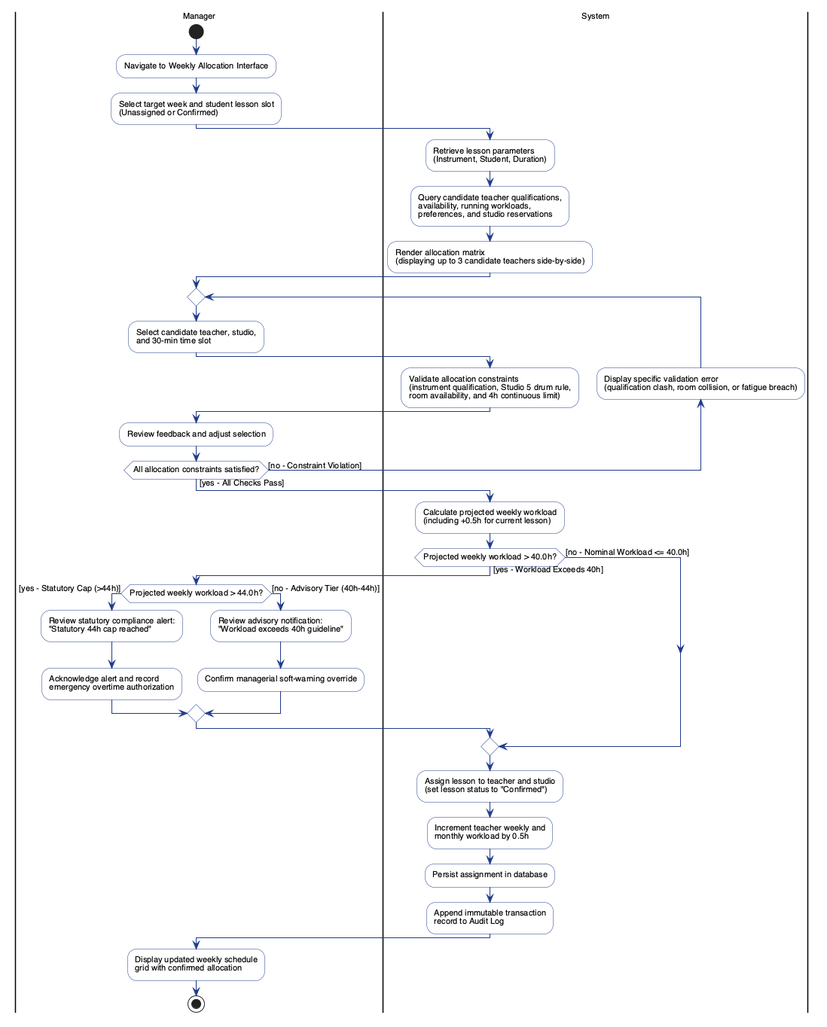
Earlier version of the PlantUML export report/assets/activity_allocation.png (adoreblvnk/2001temp).
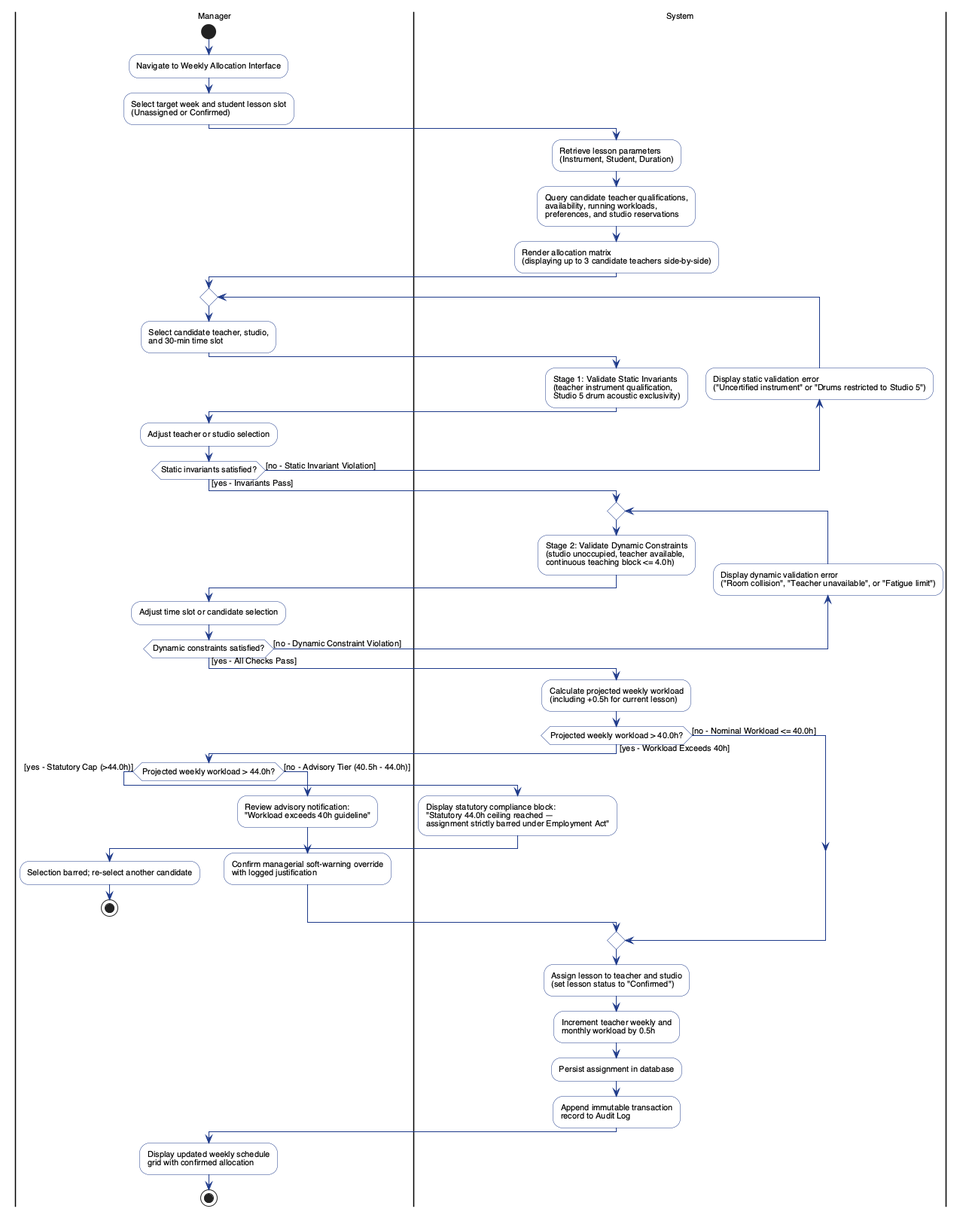
Later version of the same file.

Commit message:
fix(constraints): separate static and dynamic constraint evaluation and enforce 44h ceiling upfront

What changed in the source:
```diff
@@ -31,14 +31,25 @@
     :Select candidate teacher, studio,
     and 30-min time slot;
     |System|
-    :Validate allocation constraints
-    (instrument qualification, Studio 5 drum rule,
-    room availability, and 4h continuous limit);
-backward:Display specific validation error
-(qualification clash, room collision, or fatigue breach);
-|Manager|
-:Review feedback and adjust selection;
-repeat while (All allocation constraints satisfied?) is ([no - Constraint Violation]) not ([yes - All Checks Pass])
+    :Stage 1: Validate Static Invariants
+    (teacher instrument qualification,
+    Studio 5 drum acoustic exclusivity);
+    backward:Display static validation error
+    ("Uncertified instrument" or "Drums restricted to Studio 5");
+    |Manager|
+    :Adjust teacher or studio selection;
+repeat while (Static invariants satisfied?) is ([no - Static Invariant Violation]) not ([yes - Invariants Pass])
+
+|System|
+repeat
+    :Stage 2: Validate Dynamic Constraints
+    (studio unoccupied, teacher available,
+    continuous teaching block <= 4.0h);
+    backward:Display dynamic validation error
+    ("Room collision", "Teacher unavailable", or "Fatigue limit");
+    |Manager|
+    :Adjust time slot or candidate selection;
+repeat while (Dynamic constraints satisfied?) is ([no - Dynamic Constraint Violation]) not ([yes - All Checks Pass])
 
 |System|
 :Calculate projected weekly workload
@@ -46,15 +57,19 @@
 
 if (Projected weekly workload > 40.0h?) then ([yes - Workload Exceeds 40h])
     |Manager|
-    if (Projected weekly workload > 44.0h?) then ([yes - Statutory Cap (>44h)])
-        :Review statutory compliance alert:
-        "Statutory 44h cap reached";
-        :Acknowledge alert and record
-        emergency overtime authorization;
-    else ([no - Advisory Tier (40h-44h)])
+    if (Projected weekly workload > 44.0h?) then ([yes - Statutory Cap (>44.0h)])
+        |System|
+        :Display statutory compliance block:
+        "Statutory 44.0h ceiling reached —
+        assignment strictly barred under Employment Act";
+        |Manager|
+        :Selection barred; re-select another candidate;
+        stop
+    else ([no - Advisory Tier (40.5h - 44.0h)])
         :Review advisory notification:
         "Workload exceeds 40h guideline";
-        :Confirm managerial soft-warning override;
+        :Confirm managerial soft-warning override
+        with logged justification;
     endif
 else ([no - Nominal Workload <= 40.0h])
 endif
```
